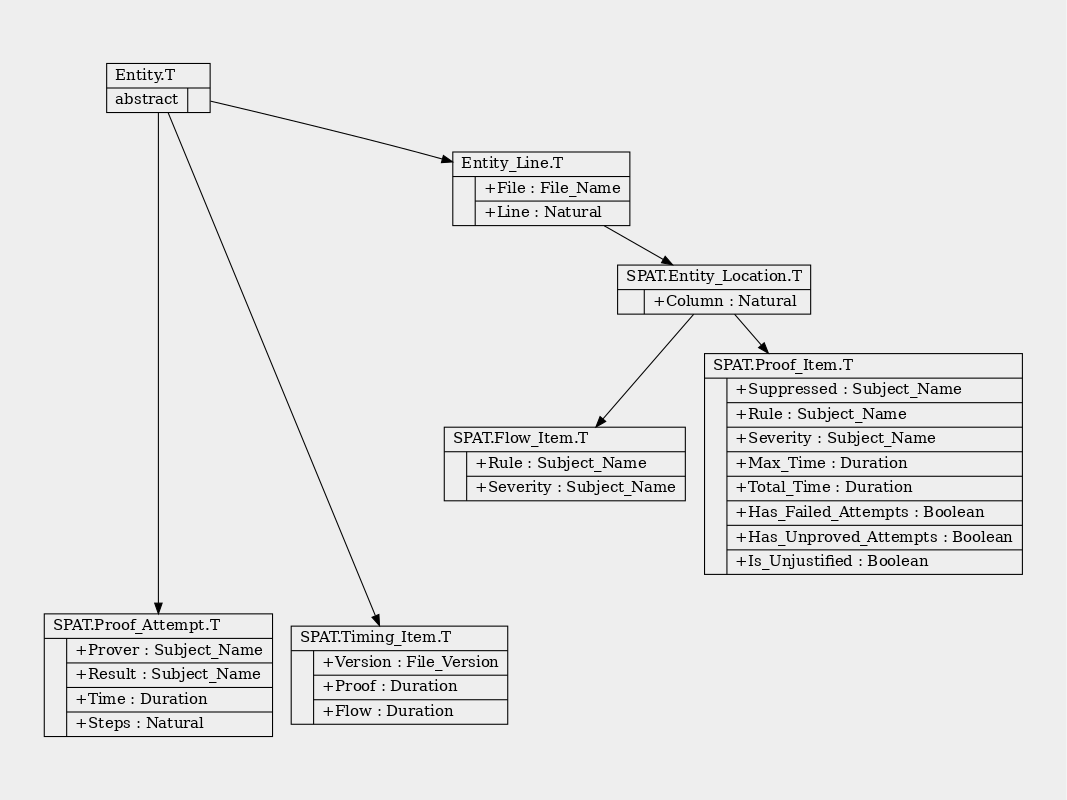
HeisenbugLtd/spat keeps this Graphviz diagram as doc/inheritance-tree.png. Above is the earlier version. Its source is kept beside it as doc/inheritance-tree.dot.
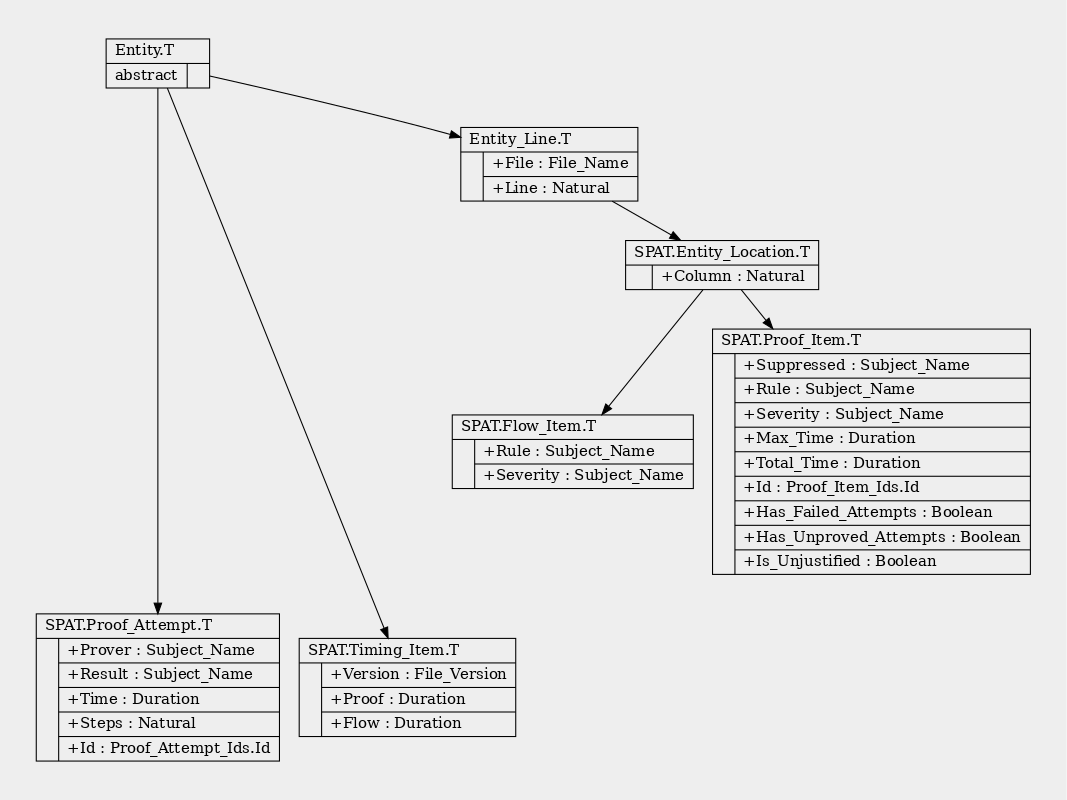
After the change.

Change to the diagram source:
```diff
@@ -10,8 +10,8 @@
   "SPAT.Entity_Line.T"     [label="{Entity_Line.T\l|{|{+File : File_Name\l|+Line : Natural\l}}}"];
   "SPAT.Entity_Location.T" [label="{SPAT.Entity_Location.T\l|{|{+Column : Natural\l}}}"];
   "SPAT.Flow_Item.T"       [label="{SPAT.Flow_Item.T\l|{|{+Rule : Subject_Name\l|+Severity : Subject_Name\l}}}"];
-  "SPAT.Proof_Item.T"      [label="{SPAT.Proof_Item.T\l|{|{+Suppressed : Subject_Name\l|+Rule : Subject_Name\l|+Severity : Subject_Name\l|+Max_Time : Duration\l|+Total_Time : Duration\l|+Has_Failed_Attempts : Boolean\l|+Has_Unproved_Attempts : Boolean\l|+Is_Unjustified : Boolean\l}}}"];
-  "SPAT.Proof_Attempt.T"   [label="{SPAT.Proof_Attempt.T\l|{|{+Prover : Subject_Name\l|+Result : Subject_Name\l|+Time : Duration\l|+Steps : Natural\l}}}"];
+  "SPAT.Proof_Item.T"      [label="{SPAT.Proof_Item.T\l|{|{+Suppressed : Subject_Name\l|+Rule : Subject_Name\l|+Severity : Subject_Name\l|+Max_Time : Duration\l|+Total_Time : Duration\l|+Id : Proof_Item_Ids.Id\l|+Has_Failed_Attempts : Boolean\l|+Has_Unproved_Attempts : Boolean\l|+Is_Unjustified : Boolean\l}}}"];
+  "SPAT.Proof_Attempt.T"   [label="{SPAT.Proof_Attempt.T\l|{|{+Prover : Subject_Name\l|+Result : Subject_Name\l|+Time : Duration\l|+Steps : Natural\l|+Id : Proof_Attempt_Ids.Id}}}"];
   "SPAT.Timing_Item.T"     [label="{SPAT.Timing_Item.T\l|{|{+Version : File_Version\l|+Proof : Duration\l|+Flow : Duration\l}}}"];
 
 
```
